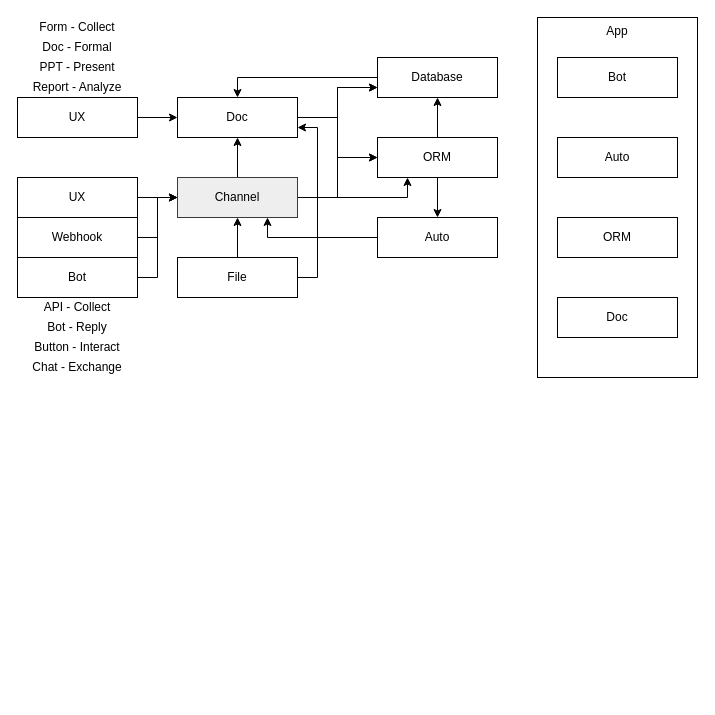
Earlier version of the draw.io diagram product/side_brain_product.drawio (kleon1024/draw). Source tidied: cells renumbered, new cells numbered last; positions are measured from the earlier drawing's top-left corner, leaving out a move shared by most shapes. Both pictures are drawn from the tidied source at 100%, with x=0, y=0 at pixel (17, 17).
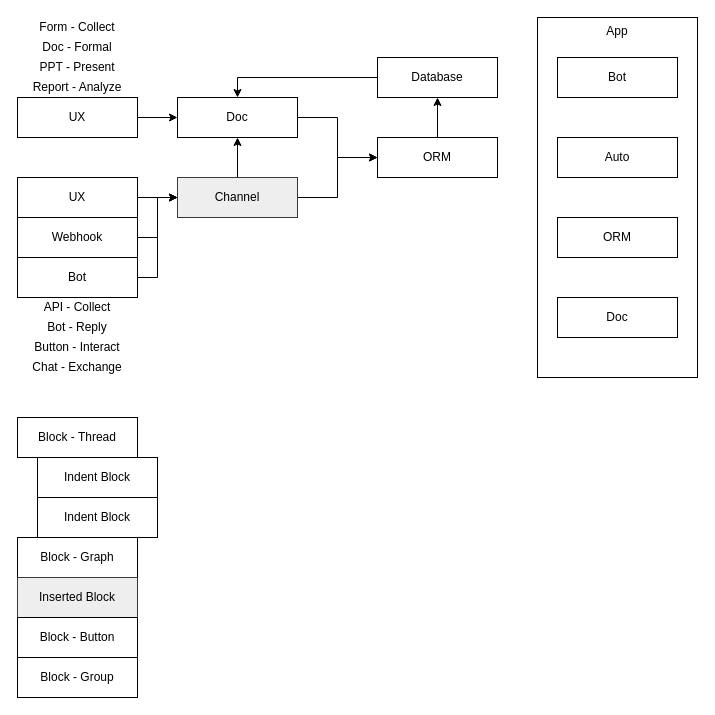
Above is the later version.

The change refers to these unchanged cells:
```xml
<mxCell id="4" value="Doc" style="rounded=0;whiteSpace=wrap;html=1;" parent="1" vertex="1">
  <mxGeometry x="160" y="80" width="120" height="40" as="geometry" />
</mxCell>
<mxCell id="7" value="ORM" style="rounded=0;whiteSpace=wrap;html=1;" parent="1" vertex="1">
  <mxGeometry x="360" y="120" width="120" height="40" as="geometry" />
</mxCell>
<mxCell id="12" value="Channel" style="rounded=0;whiteSpace=wrap;html=1;fillColor=#eeeeee;strokeColor=#36393d;" parent="1" vertex="1">
  <mxGeometry x="160" y="160" width="120" height="40" as="geometry" />
</mxCell>
<mxCell id="20" value="Database" style="rounded=0;whiteSpace=wrap;html=1;" parent="1" vertex="1">
  <mxGeometry x="360" y="40" width="120" height="40" as="geometry" />
</mxCell>
```

The edit, as a diff of the source:
```diff
@@
-    <mxCell id="3" style="edgeStyle=orthogonalEdgeStyle;rounded=0;jettySize=auto;html=1;exitX=1;exitY=0.5;exitDx=0;exitDy=0;entryX=0;entryY=0.75;entryDx=0;entryDy=0;" parent="1" edge="1" source="4" target="20">
-      <mxGeometry relative="1" as="geometry" />
-    </mxCell>
@@
-    <mxCell id="6" style="edgeStyle=orthogonalEdgeStyle;rounded=0;jettySize=auto;html=1;exitX=0.5;exitY=1;exitDx=0;exitDy=0;" parent="1" edge="1" source="7" target="31">
-      <mxGeometry relative="1" as="geometry" />
-    </mxCell>
@@
-    <mxCell id="9" style="edgeStyle=orthogonalEdgeStyle;rounded=0;jettySize=auto;html=1;exitX=1;exitY=0.5;exitDx=0;exitDy=0;entryX=0;entryY=0.75;entryDx=0;entryDy=0;" parent="1" edge="1" source="12" target="20">
-      <mxGeometry relative="1" as="geometry" />
-    </mxCell>
@@
-    <mxCell id="11" style="edgeStyle=orthogonalEdgeStyle;rounded=0;jettySize=auto;html=1;exitX=1;exitY=0.5;exitDx=0;exitDy=0;entryX=0.25;entryY=1;entryDx=0;entryDy=0;" parent="1" edge="1" source="12" target="7">
-      <mxGeometry relative="1" as="geometry" />
-    </mxCell>
@@
-    <mxCell id="21" style="edgeStyle=orthogonalEdgeStyle;rounded=0;jettySize=auto;html=1;exitX=1;exitY=0.5;exitDx=0;exitDy=0;entryX=1;entryY=0.75;entryDx=0;entryDy=0;" parent="1" edge="1" source="23" target="4">
-      <mxGeometry relative="1" as="geometry" />
-    </mxCell>
-    <mxCell id="22" style="edgeStyle=orthogonalEdgeStyle;rounded=0;jettySize=auto;html=1;exitX=0.5;exitY=0;exitDx=0;exitDy=0;" parent="1" edge="1" source="23" target="12">
-      <mxGeometry relative="1" as="geometry" />
-    </mxCell>
-    <mxCell id="23" value="File" style="rounded=0;whiteSpace=wrap;html=1;" parent="1" vertex="1">
-      <mxGeometry x="160" y="240" width="120" height="40" as="geometry" />
-    </mxCell>
@@
-    <mxCell id="30" style="edgeStyle=orthogonalEdgeStyle;rounded=0;jettySize=auto;html=1;exitX=0;exitY=0.5;exitDx=0;exitDy=0;entryX=0.75;entryY=1;entryDx=0;entryDy=0;" parent="1" edge="1" source="31" target="12">
-      <mxGeometry relative="1" as="geometry" />
-    </mxCell>
-    <mxCell id="31" value="Auto" style="rounded=0;whiteSpace=wrap;html=1;" parent="1" vertex="1">
-      <mxGeometry x="360" y="200" width="120" height="40" as="geometry" />
-    </mxCell>
@@
+    <mxCell id="41" value="Block - Thread" style="rounded=0;whiteSpace=wrap;html=1;verticalAlign=middle;" parent="1" vertex="1">
+      <mxGeometry y="400" width="120" height="40" as="geometry" />
+    </mxCell>
+    <mxCell id="42" value="Indent Block" style="rounded=0;whiteSpace=wrap;html=1;verticalAlign=middle;" parent="1" vertex="1">
+      <mxGeometry x="20" y="440" width="120" height="40" as="geometry" />
+    </mxCell>
+    <mxCell id="43" value="Block - Graph" style="rounded=0;whiteSpace=wrap;html=1;verticalAlign=middle;" parent="1" vertex="1">
+      <mxGeometry y="520" width="120" height="40" as="geometry" />
+    </mxCell>
+    <mxCell id="44" value="Indent Block" style="rounded=0;whiteSpace=wrap;html=1;verticalAlign=middle;" parent="1" vertex="1">
+      <mxGeometry x="20" y="480" width="120" height="40" as="geometry" />
+    </mxCell>
+    <mxCell id="45" value="Inserted Block" style="rounded=0;whiteSpace=wrap;html=1;verticalAlign=middle;fillColor=#eeeeee;strokeColor=#36393d;" parent="1" vertex="1">
+      <mxGeometry y="560" width="120" height="40" as="geometry" />
+    </mxCell>
+    <mxCell id="46" value="Block - Button" style="rounded=0;whiteSpace=wrap;html=1;verticalAlign=middle;" parent="1" vertex="1">
+      <mxGeometry y="600" width="120" height="40" as="geometry" />
+    </mxCell>
+    <mxCell id="47" value="Block - Group" style="rounded=0;whiteSpace=wrap;html=1;verticalAlign=middle;" parent="1" vertex="1">
+      <mxGeometry y="640" width="120" height="40" as="geometry" />
+    </mxCell>
```
